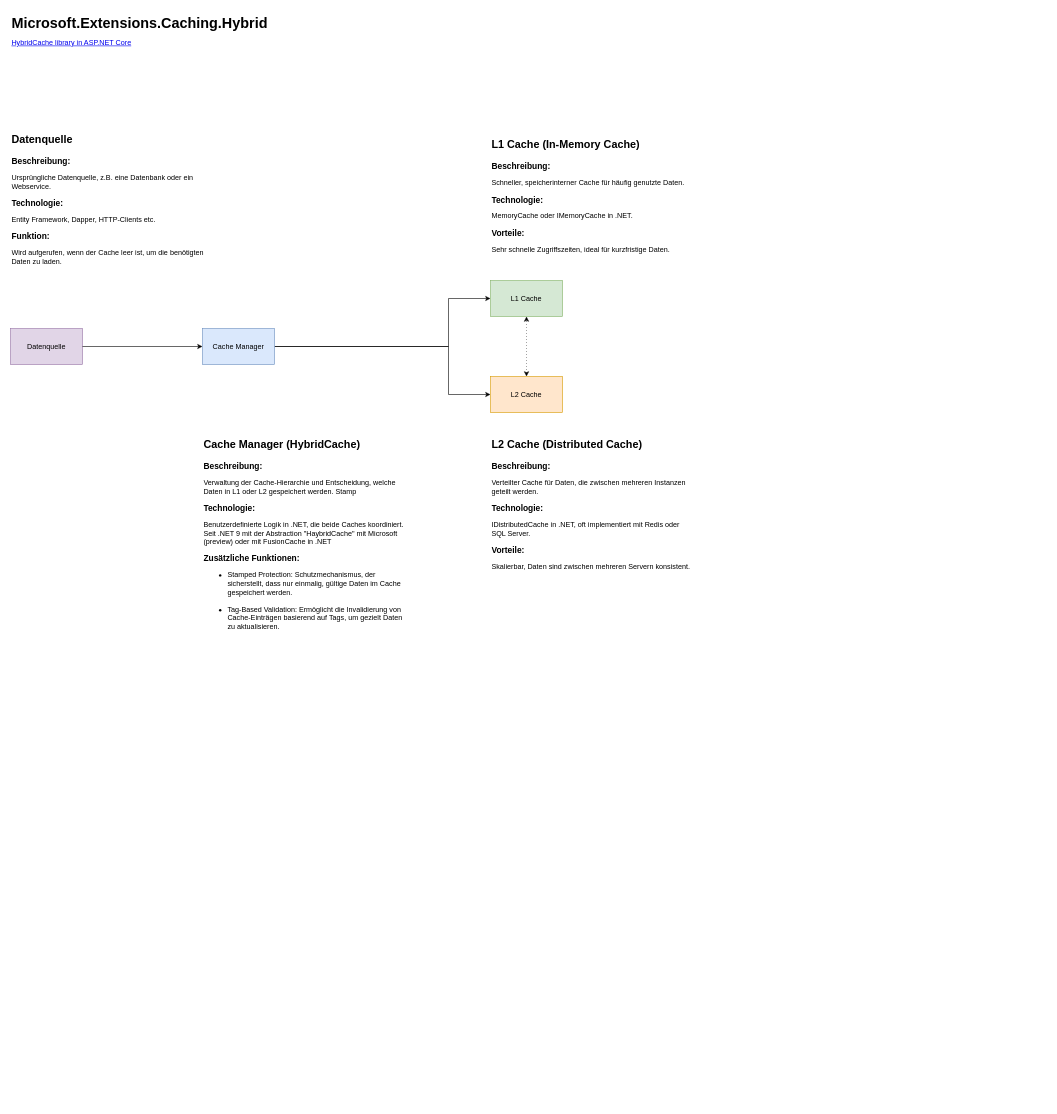
Above: demo/HybridCache/HybridCache.drawio in jomaxso/Playground (draw.io), before the change. Source tidied: cells renumbered, new cells numbered last; positions are measured from the earlier drawing's top-left corner, leaving out a move shared by most shapes. Both pictures are drawn from the tidied source at 60%, with x=0, y=0 at pixel (10, 10).
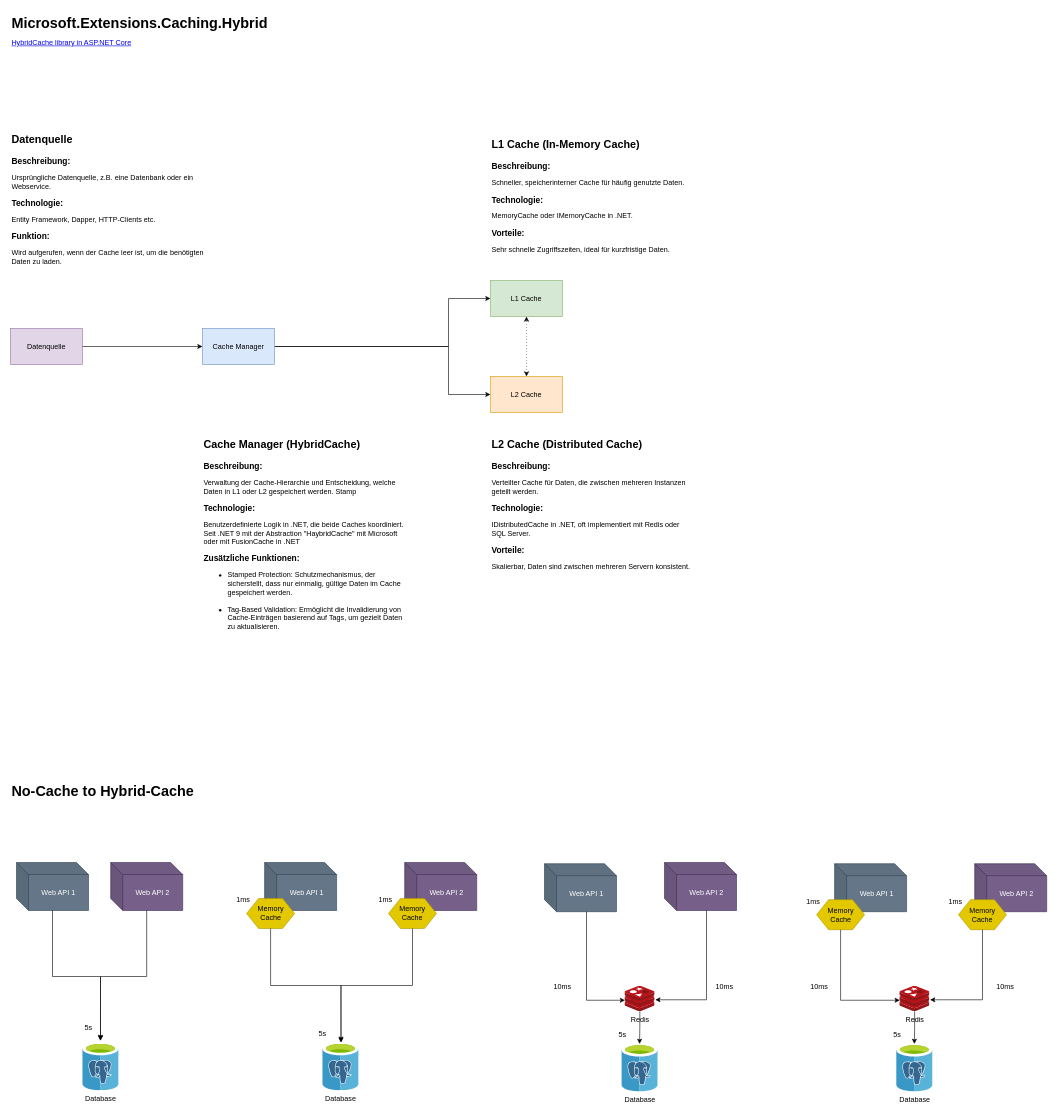
The same page after the edit.

Diff of the diagram source:
```diff
@@
-    <mxCell id="12" value="&lt;h1 style=&quot;margin-top: 0px;&quot;&gt;&lt;span style=&quot;background-color: transparent; color: light-dark(rgb(0, 0, 0), rgb(255, 255, 255));&quot;&gt;&lt;font style=&quot;font-size: 18px;&quot;&gt;Cache Manager (HybridCache)&lt;/font&gt;&lt;/span&gt;&lt;/h1&gt;&lt;p&gt;&lt;font style=&quot;font-size: 14px;&quot;&gt;&lt;b&gt;Beschreibung:&lt;/b&gt;&lt;/font&gt;&amp;nbsp;&lt;/p&gt;&lt;p&gt;Verwaltung der Cache-Hierarchie und Entscheidung, welche Daten in L1 oder L2 gespeichert werden. Stamp&lt;/p&gt;&lt;p&gt;&lt;b&gt;&lt;font style=&quot;font-size: 14px;&quot;&gt;Technologie:&amp;nbsp;&lt;/font&gt;&lt;/b&gt;&lt;/p&gt;&lt;p&gt;&lt;font&gt;Benutzerdefinierte Logik in .NET, die beide Caches koordiniert. Seit .NET 9 mit der Abstraction &quot;HaybridCache&quot; mit Microsoft (preview) oder mit FusionCache in .NET&amp;nbsp;&lt;br&gt;&lt;/font&gt;&lt;/p&gt;&lt;p&gt;&lt;font style=&quot;font-size: 14px;&quot;&gt;&lt;b&gt;Zusätzliche Funktionen:&lt;/b&gt;&lt;/font&gt;&lt;/p&gt;&lt;p&gt;&lt;/p&gt;&lt;ul&gt;&lt;li&gt;Stamped Protection: Schutzmechanismus, der sicherstellt, dass nur einmalig, gültige Daten im Cache gespeichert werden.&lt;br&gt;&lt;br&gt;&lt;/li&gt;&lt;li&gt;Tag-Based Validation: Ermöglicht die Invalidierung von Cache-Einträgen basierend auf Tags, um gezielt Daten zu aktualisieren.&lt;/li&gt;&lt;/ul&gt;&lt;p&gt;&lt;/p&gt;&lt;p&gt;&lt;/p&gt;" style="text;html=1;whiteSpace=wrap;overflow=hidden;rounded=0;" parent="1" vertex="1">
+    <mxCell id="12" value="&lt;h1 style=&quot;margin-top: 0px;&quot;&gt;&lt;span style=&quot;background-color: transparent; color: light-dark(rgb(0, 0, 0), rgb(255, 255, 255));&quot;&gt;&lt;font style=&quot;font-size: 18px;&quot;&gt;Cache Manager (HybridCache)&lt;/font&gt;&lt;/span&gt;&lt;/h1&gt;&lt;p&gt;&lt;font style=&quot;font-size: 14px;&quot;&gt;&lt;b&gt;Beschreibung:&lt;/b&gt;&lt;/font&gt;&amp;nbsp;&lt;/p&gt;&lt;p&gt;Verwaltung der Cache-Hierarchie und Entscheidung, welche Daten in L1 oder L2 gespeichert werden. Stamp&lt;/p&gt;&lt;p&gt;&lt;b&gt;&lt;font style=&quot;font-size: 14px;&quot;&gt;Technologie:&amp;nbsp;&lt;/font&gt;&lt;/b&gt;&lt;/p&gt;&lt;p&gt;&lt;font&gt;Benutzerdefinierte Logik in .NET, die beide Caches koordiniert. Seit .NET 9 mit der Abstraction &quot;HaybridCache&quot; mit Microsoft oder mit FusionCache in .NET&amp;nbsp;&lt;br&gt;&lt;/font&gt;&lt;/p&gt;&lt;p&gt;&lt;font style=&quot;font-size: 14px;&quot;&gt;&lt;b&gt;Zusätzliche Funktionen:&lt;/b&gt;&lt;/font&gt;&lt;/p&gt;&lt;p&gt;&lt;/p&gt;&lt;ul&gt;&lt;li&gt;Stamped Protection: Schutzmechanismus, der sicherstellt, dass nur einmalig, gültige Daten im Cache gespeichert werden.&lt;br&gt;&lt;br&gt;&lt;/li&gt;&lt;li&gt;Tag-Based Validation: Ermöglicht die Invalidierung von Cache-Einträgen basierend auf Tags, um gezielt Daten zu aktualisieren.&lt;/li&gt;&lt;/ul&gt;&lt;p&gt;&lt;/p&gt;&lt;p&gt;&lt;/p&gt;" style="text;html=1;whiteSpace=wrap;overflow=hidden;rounded=0;" parent="1" vertex="1">
       <mxGeometry x="320" y="700" width="340" height="350" as="geometry" />
     </mxCell>
@@
+    <mxCell id="16" value="Web API 1" style="shape=cube;whiteSpace=wrap;html=1;boundedLbl=1;backgroundOutline=1;darkOpacity=0.05;darkOpacity2=0.1;fillColor=#647687;fontColor=#ffffff;strokeColor=#314354;" parent="1" vertex="1">
+      <mxGeometry x="10" y="1420" width="120" height="80" as="geometry" />
+    </mxCell>
+    <mxCell id="17" value="Web API 2" style="shape=cube;whiteSpace=wrap;html=1;boundedLbl=1;backgroundOutline=1;darkOpacity=0.05;darkOpacity2=0.1;fillColor=#76608a;fontColor=#ffffff;strokeColor=#432D57;" parent="1" vertex="1">
+      <mxGeometry x="167" y="1420" width="120" height="80" as="geometry" />
+    </mxCell>
+    <mxCell id="18" style="edgeStyle=orthogonalEdgeStyle;rounded=0;jettySize=auto;html=1;entryX=0.493;entryY=-0.035;entryDx=0;entryDy=0;entryPerimeter=0;" parent="1" edge="1" source="16" target="41">
+      <mxGeometry relative="1" as="geometry" />
+    </mxCell>
+    <mxCell id="19" style="edgeStyle=orthogonalEdgeStyle;rounded=0;jettySize=auto;html=1;entryX=0.493;entryY=-0.055;entryDx=0;entryDy=0;entryPerimeter=0;" parent="1" edge="1" source="17" target="41">
+      <mxGeometry relative="1" as="geometry" />
+    </mxCell>
+    <mxCell id="20" value="Web API 1" style="shape=cube;whiteSpace=wrap;html=1;boundedLbl=1;backgroundOutline=1;darkOpacity=0.05;darkOpacity2=0.1;fillColor=#647687;fontColor=#ffffff;strokeColor=#314354;" parent="1" vertex="1">
+      <mxGeometry x="423.5" y="1420" width="120" height="80" as="geometry" />
+    </mxCell>
+    <mxCell id="21" value="Web API 2" style="shape=cube;whiteSpace=wrap;html=1;boundedLbl=1;backgroundOutline=1;darkOpacity=0.05;darkOpacity2=0.1;fillColor=#76608a;fontColor=#ffffff;strokeColor=#432D57;" parent="1" vertex="1">
+      <mxGeometry x="657" y="1420" width="120" height="80" as="geometry" />
+    </mxCell>
+    <mxCell id="22" value="Memory Cache" style="shape=hexagon;perimeter=hexagonPerimeter2;whiteSpace=wrap;html=1;fixedSize=1;fillColor=#e3c800;fontColor=#000000;strokeColor=#B09500;" parent="1" vertex="1">
+      <mxGeometry x="393.5" y="1480" width="80" height="50" as="geometry" />
+    </mxCell>
+    <mxCell id="23" value="Memory Cache" style="shape=hexagon;perimeter=hexagonPerimeter2;whiteSpace=wrap;html=1;fixedSize=1;fillColor=#e3c800;fontColor=#000000;strokeColor=#B09500;" parent="1" vertex="1">
+      <mxGeometry x="630" y="1480" width="80" height="50" as="geometry" />
+    </mxCell>
+    <mxCell id="24" style="edgeStyle=orthogonalEdgeStyle;rounded=0;jettySize=auto;html=1;exitX=0.5;exitY=1;exitDx=0;exitDy=0;entryX=0.507;entryY=-0.015;entryDx=0;entryDy=0;entryPerimeter=0;" parent="1" edge="1" source="23" target="35">
+      <mxGeometry relative="1" as="geometry" />
+    </mxCell>
+    <mxCell id="25" style="edgeStyle=orthogonalEdgeStyle;rounded=0;jettySize=auto;html=1;exitX=0.5;exitY=1;exitDx=0;exitDy=0;entryX=0.507;entryY=0.005;entryDx=0;entryDy=0;entryPerimeter=0;" parent="1" edge="1" source="22" target="35">
+      <mxGeometry relative="1" as="geometry" />
+    </mxCell>
+    <mxCell id="26" value="5s" style="text;html=1;align=center;verticalAlign=middle;whiteSpace=wrap;rounded=0;" parent="1" vertex="1">
+      <mxGeometry x="100" y="1680" width="60" height="30" as="geometry" />
+    </mxCell>
+    <mxCell id="27" value="5s" style="text;html=1;align=center;verticalAlign=middle;whiteSpace=wrap;rounded=0;" parent="1" vertex="1">
+      <mxGeometry x="490" y="1690" width="60" height="30" as="geometry" />
+    </mxCell>
+    <mxCell id="28" value="1ms" style="text;html=1;align=center;verticalAlign=middle;whiteSpace=wrap;rounded=0;" parent="1" vertex="1">
+      <mxGeometry x="358" y="1468" width="60" height="30" as="geometry" />
+    </mxCell>
+    <mxCell id="29" value="1ms" style="text;html=1;align=center;verticalAlign=middle;whiteSpace=wrap;rounded=0;" parent="1" vertex="1">
+      <mxGeometry x="595" y="1468" width="60" height="30" as="geometry" />
+    </mxCell>
+    <mxCell id="30" value="Web API 1" style="shape=cube;whiteSpace=wrap;html=1;boundedLbl=1;backgroundOutline=1;darkOpacity=0.05;darkOpacity2=0.1;fillColor=#647687;fontColor=#ffffff;strokeColor=#314354;" parent="1" vertex="1">
+      <mxGeometry x="890" y="1422" width="120" height="80" as="geometry" />
+    </mxCell>
+    <mxCell id="31" value="Web API 2" style="shape=cube;whiteSpace=wrap;html=1;boundedLbl=1;backgroundOutline=1;darkOpacity=0.05;darkOpacity2=0.1;fillColor=#76608a;fontColor=#ffffff;strokeColor=#432D57;" parent="1" vertex="1">
+      <mxGeometry x="1090" y="1420" width="120" height="80" as="geometry" />
+    </mxCell>
+    <mxCell id="32" value="5s" style="text;html=1;align=center;verticalAlign=middle;whiteSpace=wrap;rounded=0;" parent="1" vertex="1">
+      <mxGeometry x="990" y="1692" width="60" height="30" as="geometry" />
+    </mxCell>
+    <mxCell id="33" value="Redis" style="image;sketch=0;html=1;points=[];align=center;fontSize=12;image=img/lib/mscae/Cache_Redis_Product.svg;" parent="1" vertex="1">
+      <mxGeometry x="1023.9" y="1626" width="50" height="42" as="geometry" />
+    </mxCell>
+    <mxCell id="34" value="Database" style="image;sketch=0;html=1;points=[];align=center;fontSize=12;image=img/lib/mscae/Azure_Database_for_PostgreSQL_servers.svg;" parent="1" vertex="1">
+      <mxGeometry x="1018.5" y="1722" width="60.8" height="80" as="geometry" />
+    </mxCell>
+    <mxCell id="35" value="Database" style="image;sketch=0;html=1;points=[];align=center;fontSize=12;image=img/lib/mscae/Azure_Database_for_PostgreSQL_servers.svg;" parent="1" vertex="1">
+      <mxGeometry x="520" y="1720" width="60.8" height="80" as="geometry" />
+    </mxCell>
+    <mxCell id="36" style="edgeStyle=orthogonalEdgeStyle;rounded=0;jettySize=auto;html=1;entryX=0.006;entryY=0.562;entryDx=0;entryDy=0;entryPerimeter=0;exitX=0;exitY=0;exitDx=70;exitDy=80;exitPerimeter=0;" parent="1" edge="1" source="30" target="33">
+      <mxGeometry relative="1" as="geometry" />
+    </mxCell>
+    <mxCell id="37" style="edgeStyle=orthogonalEdgeStyle;rounded=0;jettySize=auto;html=1;entryX=1.014;entryY=0.543;entryDx=0;entryDy=0;entryPerimeter=0;exitX=0;exitY=0;exitDx=70;exitDy=80;exitPerimeter=0;" parent="1" edge="1" source="31" target="33">
+      <mxGeometry relative="1" as="geometry" />
+    </mxCell>
+    <mxCell id="38" style="edgeStyle=orthogonalEdgeStyle;rounded=0;jettySize=auto;html=1;entryX=0.492;entryY=0.005;entryDx=0;entryDy=0;entryPerimeter=0;" parent="1" edge="1" source="33" target="34">
+      <mxGeometry relative="1" as="geometry" />
+    </mxCell>
+    <mxCell id="39" value="10ms" style="text;html=1;align=center;verticalAlign=middle;whiteSpace=wrap;rounded=0;" parent="1" vertex="1">
+      <mxGeometry x="890" y="1612" width="60" height="30" as="geometry" />
+    </mxCell>
+    <mxCell id="40" value="10ms" style="text;html=1;align=center;verticalAlign=middle;whiteSpace=wrap;rounded=0;" parent="1" vertex="1">
+      <mxGeometry x="1160" y="1612" width="60" height="30" as="geometry" />
+    </mxCell>
+    <mxCell id="41" value="Database" style="image;sketch=0;html=1;points=[];align=center;fontSize=12;image=img/lib/mscae/Azure_Database_for_PostgreSQL_servers.svg;" parent="1" vertex="1">
+      <mxGeometry x="120" y="1720" width="60.8" height="80" as="geometry" />
+    </mxCell>
+    <mxCell id="42" value="Web API 1" style="shape=cube;whiteSpace=wrap;html=1;boundedLbl=1;backgroundOutline=1;darkOpacity=0.05;darkOpacity2=0.1;fillColor=#647687;fontColor=#ffffff;strokeColor=#314354;" parent="1" vertex="1">
+      <mxGeometry x="1373.5" y="1422" width="120" height="80" as="geometry" />
+    </mxCell>
+    <mxCell id="43" value="Web API 2" style="shape=cube;whiteSpace=wrap;html=1;boundedLbl=1;backgroundOutline=1;darkOpacity=0.05;darkOpacity2=0.1;fillColor=#76608a;fontColor=#ffffff;strokeColor=#432D57;" parent="1" vertex="1">
+      <mxGeometry x="1607" y="1422" width="120" height="80" as="geometry" />
+    </mxCell>
+    <mxCell id="44" value="Memory Cache" style="shape=hexagon;perimeter=hexagonPerimeter2;whiteSpace=wrap;html=1;fixedSize=1;fillColor=#e3c800;fontColor=#000000;strokeColor=#B09500;" parent="1" vertex="1">
+      <mxGeometry x="1343.5" y="1482" width="80" height="50" as="geometry" />
+    </mxCell>
+    <mxCell id="45" value="Memory Cache" style="shape=hexagon;perimeter=hexagonPerimeter2;whiteSpace=wrap;html=1;fixedSize=1;fillColor=#e3c800;fontColor=#000000;strokeColor=#B09500;" parent="1" vertex="1">
+      <mxGeometry x="1580" y="1482" width="80" height="50" as="geometry" />
+    </mxCell>
+    <mxCell id="46" value="5s" style="text;html=1;align=center;verticalAlign=middle;whiteSpace=wrap;rounded=0;" parent="1" vertex="1">
+      <mxGeometry x="1448" y="1692" width="60" height="30" as="geometry" />
+    </mxCell>
+    <mxCell id="47" value="1ms" style="text;html=1;align=center;verticalAlign=middle;whiteSpace=wrap;rounded=0;" parent="1" vertex="1">
+      <mxGeometry x="1308" y="1470" width="60" height="30" as="geometry" />
+    </mxCell>
+    <mxCell id="48" value="1ms" style="text;html=1;align=center;verticalAlign=middle;whiteSpace=wrap;rounded=0;" parent="1" vertex="1">
+      <mxGeometry x="1545" y="1470" width="60" height="30" as="geometry" />
+    </mxCell>
+    <mxCell id="49" value="Redis" style="image;sketch=0;html=1;points=[];align=center;fontSize=12;image=img/lib/mscae/Cache_Redis_Product.svg;" parent="1" vertex="1">
+      <mxGeometry x="1481.9" y="1626" width="50" height="42" as="geometry" />
+    </mxCell>
+    <mxCell id="50" value="Database" style="image;sketch=0;html=1;points=[];align=center;fontSize=12;image=img/lib/mscae/Azure_Database_for_PostgreSQL_servers.svg;" parent="1" vertex="1">
+      <mxGeometry x="1476.5" y="1722" width="60.8" height="80" as="geometry" />
+    </mxCell>
+    <mxCell id="51" style="edgeStyle=orthogonalEdgeStyle;rounded=0;jettySize=auto;html=1;entryX=0.006;entryY=0.562;entryDx=0;entryDy=0;entryPerimeter=0;exitX=0.5;exitY=1;exitDx=0;exitDy=0;" parent="1" edge="1" source="44" target="49">
+      <mxGeometry relative="1" as="geometry" />
+    </mxCell>
+    <mxCell id="52" style="edgeStyle=orthogonalEdgeStyle;rounded=0;jettySize=auto;html=1;entryX=1.014;entryY=0.543;entryDx=0;entryDy=0;entryPerimeter=0;exitX=0.5;exitY=1;exitDx=0;exitDy=0;" parent="1" edge="1" source="45" target="49">
+      <mxGeometry relative="1" as="geometry" />
+    </mxCell>
+    <mxCell id="53" style="edgeStyle=orthogonalEdgeStyle;rounded=0;jettySize=auto;html=1;entryX=0.492;entryY=0.005;entryDx=0;entryDy=0;entryPerimeter=0;" parent="1" edge="1" source="49" target="50">
+      <mxGeometry relative="1" as="geometry" />
+    </mxCell>
+    <mxCell id="54" value="10ms" style="text;html=1;align=center;verticalAlign=middle;whiteSpace=wrap;rounded=0;" parent="1" vertex="1">
+      <mxGeometry x="1318" y="1612" width="60" height="30" as="geometry" />
+    </mxCell>
+    <mxCell id="55" value="10ms" style="text;html=1;align=center;verticalAlign=middle;whiteSpace=wrap;rounded=0;" parent="1" vertex="1">
+      <mxGeometry x="1628" y="1612" width="60" height="30" as="geometry" />
+    </mxCell>
+    <mxCell id="56" value="&lt;span style=&quot;font-family: &amp;quot;Aptos Display&amp;quot;;&quot;&gt;No-Cache to Hybrid-Cache&lt;/span&gt;" style="text;whiteSpace=wrap;html=1;fontSize=24;fontColor=light-dark(#000000,#FFFFFF);fontStyle=1;" parent="1" vertex="1">
+      <mxGeometry y="1280" width="690" height="50" as="geometry" />
+    </mxCell>
```
